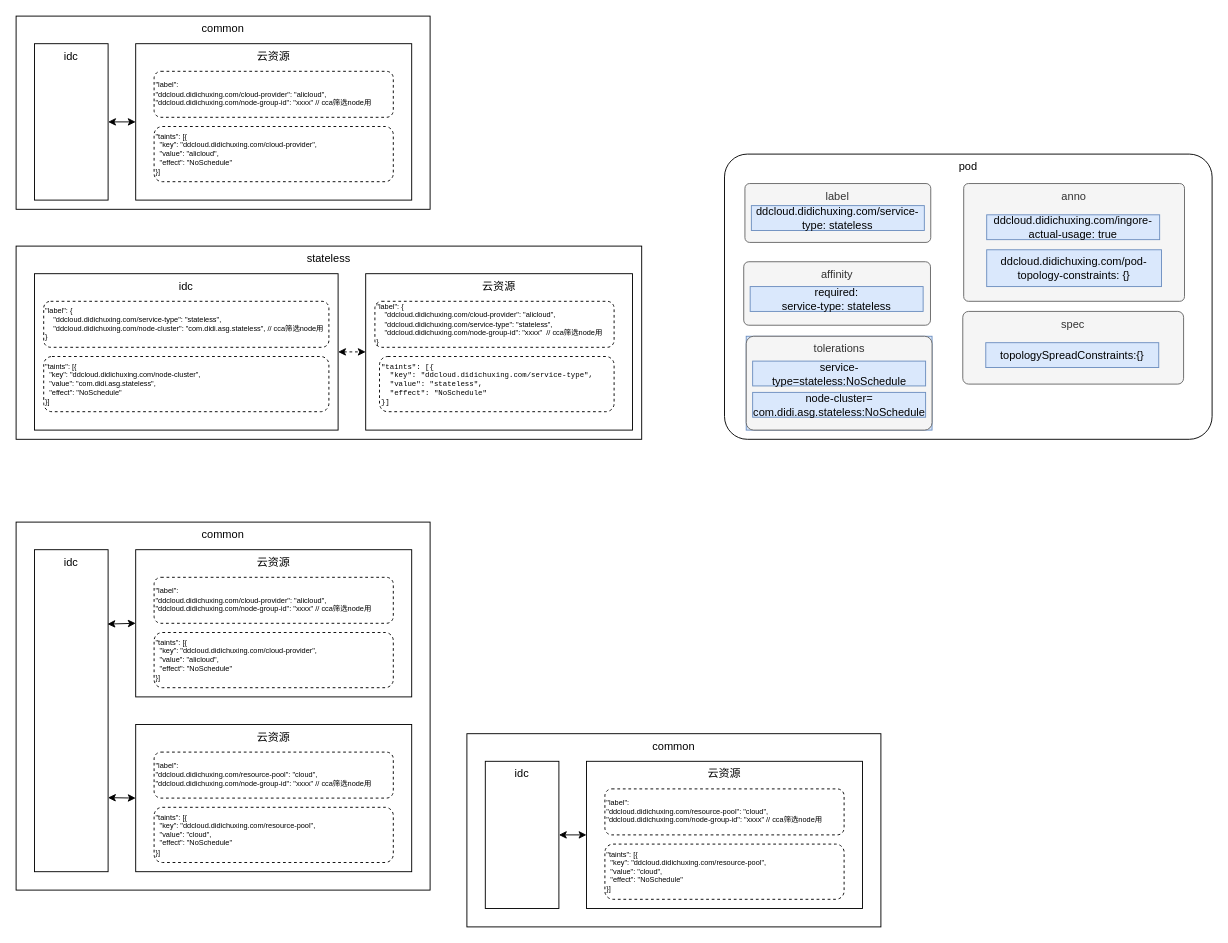
Earlier version of the draw.io diagram quota.drawio (zhangfuli/draw.io). Source tidied: cells renumbered, new cells numbered last; positions are measured from the earlier drawing's top-left corner, leaving out a move shared by most shapes. Both pictures are drawn from the tidied source at 92%, with x=0, y=0 at pixel (16, 16).
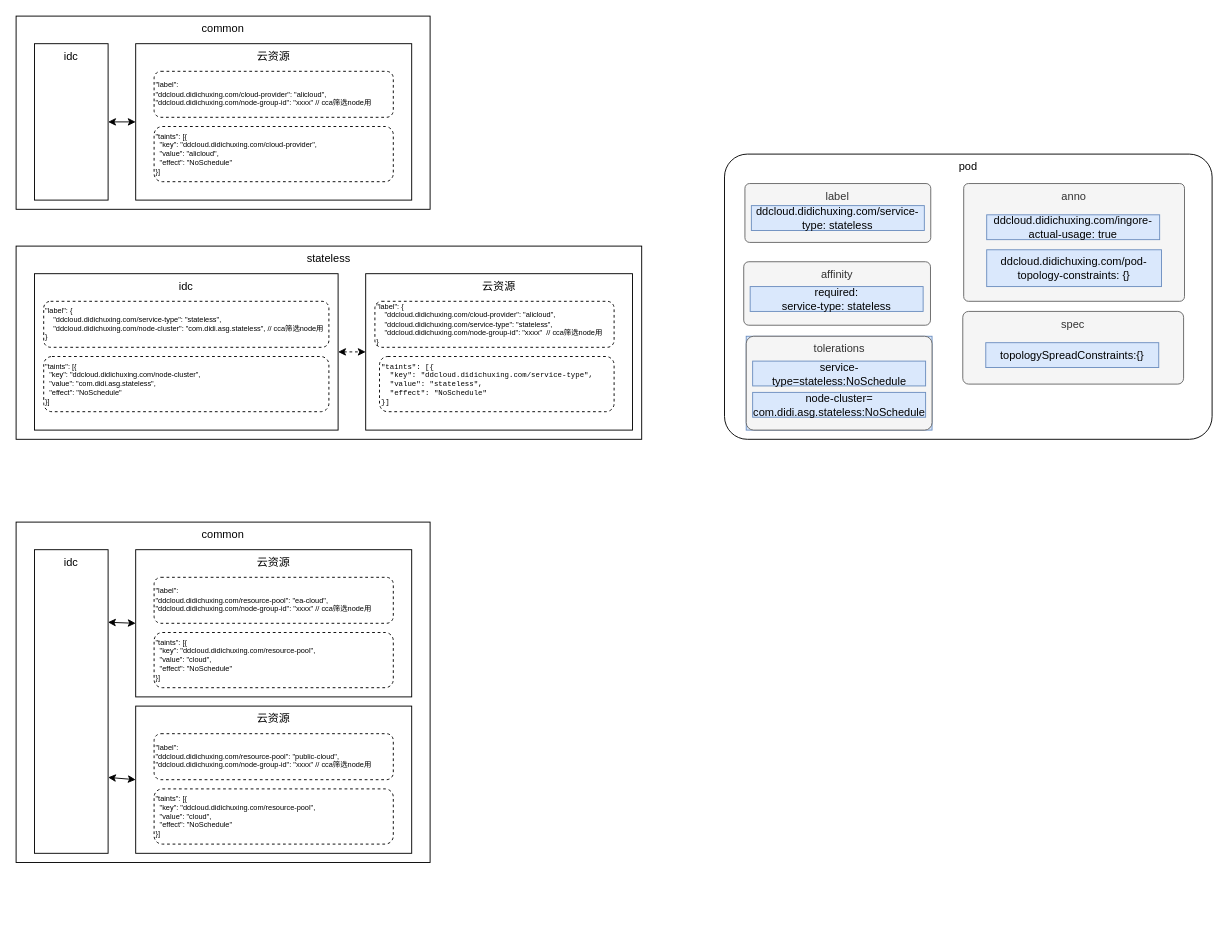
After the change.

Unchanged cells that the change refers to:
```xml
<mxCell id="33" value="云资源" style="rounded=0;whiteSpace=wrap;html=1;verticalAlign=top;" parent="1" vertex="1">
  <mxGeometry x="130" y="580" width="300" height="160" as="geometry" />
</mxCell>
```

Diff of the diagram source:
```diff
@@
     <mxCell id="31" value="common" style="rounded=0;whiteSpace=wrap;html=1;verticalAlign=top;" parent="1" vertex="1">
-      <mxGeometry y="550" width="450" height="400" as="geometry" />
+      <mxGeometry y="550" width="450" height="370" as="geometry" />
     </mxCell>
     <mxCell id="32" value="idc" style="rounded=0;whiteSpace=wrap;html=1;verticalAlign=top;" parent="1" vertex="1">
-      <mxGeometry x="20" y="580" width="80" height="350" as="geometry" />
+      <mxGeometry x="20" y="580" width="80" height="330" as="geometry" />
     </mxCell>
@@
-    <mxCell id="34" style="endArrow=classic;html=1;rounded=0;entryX=0;entryY=0.5;entryDx=0;entryDy=0;exitX=0.991;exitY=0.231;exitDx=0;exitDy=0;startArrow=classic;startFill=1;exitPerimeter=0;" parent="1" edge="1" source="32" target="33">
+    <mxCell id="34" style="endArrow=classic;html=1;rounded=0;entryX=0;entryY=0.5;entryDx=0;entryDy=0;exitX=0.998;exitY=0.239;exitDx=0;exitDy=0;startArrow=classic;startFill=1;exitPerimeter=0;" parent="1" edge="1" source="32" target="33">
       <mxGeometry relative="1" as="geometry" />
     </mxCell>
-    <mxCell id="35" value="&quot;label&quot;:&#10;&quot;ddcloud.didichuxing.com/cloud-provider&quot;: &quot;alicloud&quot;,&#10;&quot;ddcloud.didichuxing.com/node-group-id&quot;: &quot;xxxx&quot; // cca筛选node用" style="rounded=1;whiteSpace=wrap;html=1;dashed=1;align=left;fontSize=8;" parent="1" vertex="1">
+    <mxCell id="35" value="&quot;label&quot;:&lt;br&gt;&quot;ddcloud.didichuxing.com/resource-pool&quot;: &quot;ea-cloud&quot;,&lt;br&gt;&quot;ddcloud.didichuxing.com/node-group-id&quot;: &quot;xxxx&quot; // cca筛选node用" style="rounded=1;whiteSpace=wrap;html=1;dashed=1;align=left;fontSize=8;" parent="1" vertex="1">
       <mxGeometry x="150" y="610" width="260" height="50" as="geometry" />
     </mxCell>
-    <mxCell id="36" value="&lt;div&gt;&quot;taints&quot;: [{&lt;/div&gt;&lt;div&gt;&amp;nbsp; &quot;key&quot;: &quot;ddcloud.didichuxing.com/cloud-provider&quot;,&lt;/div&gt;&lt;div&gt;&amp;nbsp; &quot;value&quot;: &quot;alicloud&quot;,&lt;/div&gt;&lt;div&gt;&amp;nbsp; &quot;effect&quot;: &quot;NoSchedule&quot;&lt;/div&gt;&lt;div&gt;}]&lt;/div&gt;" style="rounded=1;whiteSpace=wrap;html=1;dashed=1;align=left;fontSize=8;" parent="1" vertex="1">
+    <mxCell id="36" value="&lt;div&gt;&quot;taints&quot;: [{&lt;/div&gt;&lt;div&gt;&amp;nbsp; &quot;key&quot;: &quot;ddcloud.didichuxing.com/resource-pool&quot;,&lt;/div&gt;&lt;div&gt;&amp;nbsp; &quot;value&quot;: &quot;cloud&quot;,&lt;/div&gt;&lt;div&gt;&amp;nbsp; &quot;effect&quot;: &quot;NoSchedule&quot;&lt;/div&gt;&lt;div&gt;}]&lt;/div&gt;" style="rounded=1;whiteSpace=wrap;html=1;dashed=1;align=left;fontSize=8;" parent="1" vertex="1">
       <mxGeometry x="150" y="670" width="260" height="60" as="geometry" />
     </mxCell>
     <mxCell id="37" value="云资源" style="rounded=0;whiteSpace=wrap;html=1;verticalAlign=top;" parent="1" vertex="1">
-      <mxGeometry x="130" y="770" width="300" height="160" as="geometry" />
+      <mxGeometry x="130" y="750" width="300" height="160" as="geometry" />
     </mxCell>
-    <mxCell id="38" value="&quot;label&quot;:&lt;br&gt;&quot;ddcloud.didichuxing.com/resource-pool&quot;: &quot;cloud&quot;,&lt;br&gt;&quot;ddcloud.didichuxing.com/node-group-id&quot;: &quot;xxxx&quot; // cca筛选node用" style="rounded=1;whiteSpace=wrap;html=1;dashed=1;align=left;fontSize=8;" parent="1" vertex="1">
-      <mxGeometry x="150" y="800" width="260" height="50" as="geometry" />
+    <mxCell id="38" value="&quot;label&quot;:&lt;br&gt;&quot;ddcloud.didichuxing.com/resource-pool&quot;: &quot;public-cloud&quot;,&lt;br&gt;&quot;ddcloud.didichuxing.com/node-group-id&quot;: &quot;xxxx&quot; // cca筛选node用" style="rounded=1;whiteSpace=wrap;html=1;dashed=1;align=left;fontSize=8;" parent="1" vertex="1">
+      <mxGeometry x="150" y="780" width="260" height="50" as="geometry" />
     </mxCell>
     <mxCell id="39" value="&lt;div&gt;&quot;taints&quot;: [{&lt;/div&gt;&lt;div&gt;&amp;nbsp; &quot;key&quot;: &quot;ddcloud.didichuxing.com/resource-pool&quot;,&lt;/div&gt;&lt;div&gt;&amp;nbsp; &quot;value&quot;: &quot;cloud&quot;,&lt;/div&gt;&lt;div&gt;&amp;nbsp; &quot;effect&quot;: &quot;NoSchedule&quot;&lt;/div&gt;&lt;div&gt;}]&lt;/div&gt;" style="rounded=1;whiteSpace=wrap;html=1;dashed=1;align=left;fontSize=8;" parent="1" vertex="1">
-      <mxGeometry x="150" y="860" width="260" height="60" as="geometry" />
+      <mxGeometry x="150" y="840" width="260" height="60" as="geometry" />
     </mxCell>
-    <mxCell id="40" style="endArrow=classic;html=1;rounded=0;entryX=0;entryY=0.5;entryDx=0;entryDy=0;exitX=0.998;exitY=0.77;exitDx=0;exitDy=0;startArrow=classic;startFill=1;exitPerimeter=0;" parent="1" edge="1" source="32" target="37">
+    <mxCell id="40" style="endArrow=classic;html=1;rounded=0;entryX=0;entryY=0.5;entryDx=0;entryDy=0;exitX=1;exitY=0.75;exitDx=0;exitDy=0;startArrow=classic;startFill=1;" parent="1" edge="1" source="32" target="37">
       <mxGeometry relative="1" as="geometry" />
     </mxCell>
-    <mxCell id="41" value="common" style="rounded=0;whiteSpace=wrap;html=1;verticalAlign=top;" parent="1" vertex="1">
-      <mxGeometry x="490" y="780" width="450" height="210" as="geometry" />
-    </mxCell>
-    <mxCell id="42" value="idc" style="rounded=0;whiteSpace=wrap;html=1;verticalAlign=top;" parent="1" vertex="1">
-      <mxGeometry x="510" y="810" width="80" height="160" as="geometry" />
-    </mxCell>
-    <mxCell id="43" value="云资源" style="rounded=0;whiteSpace=wrap;html=1;verticalAlign=top;" parent="1" vertex="1">
-      <mxGeometry x="620" y="810" width="300" height="160" as="geometry" />
-    </mxCell>
-    <mxCell id="44" value="&quot;label&quot;:&lt;br&gt;&quot;ddcloud.didichuxing.com/resource-pool&quot;: &quot;cloud&quot;,&lt;br&gt;&quot;ddcloud.didichuxing.com/node-group-id&quot;: &quot;xxxx&quot; // cca筛选node用" style="rounded=1;whiteSpace=wrap;html=1;dashed=1;align=left;fontSize=8;" parent="1" vertex="1">
-      <mxGeometry x="640" y="840" width="260" height="50" as="geometry" />
-    </mxCell>
-    <mxCell id="45" value="&lt;div&gt;&quot;taints&quot;: [{&lt;/div&gt;&lt;div&gt;&amp;nbsp; &quot;key&quot;: &quot;ddcloud.didichuxing.com/resource-pool&quot;,&lt;/div&gt;&lt;div&gt;&amp;nbsp; &quot;value&quot;: &quot;cloud&quot;,&lt;/div&gt;&lt;div&gt;&amp;nbsp; &quot;effect&quot;: &quot;NoSchedule&quot;&lt;/div&gt;&lt;div&gt;}]&lt;/div&gt;" style="rounded=1;whiteSpace=wrap;html=1;dashed=1;align=left;fontSize=8;" parent="1" vertex="1">
-      <mxGeometry x="640" y="900" width="260" height="60" as="geometry" />
-    </mxCell>
-    <mxCell id="46" style="endArrow=classic;html=1;rounded=0;entryX=0;entryY=0.5;entryDx=0;entryDy=0;exitX=1;exitY=0.5;exitDx=0;exitDy=0;startArrow=classic;startFill=1;" parent="1" edge="1" source="42" target="43">
-      <mxGeometry relative="1" as="geometry" />
-    </mxCell>
```
